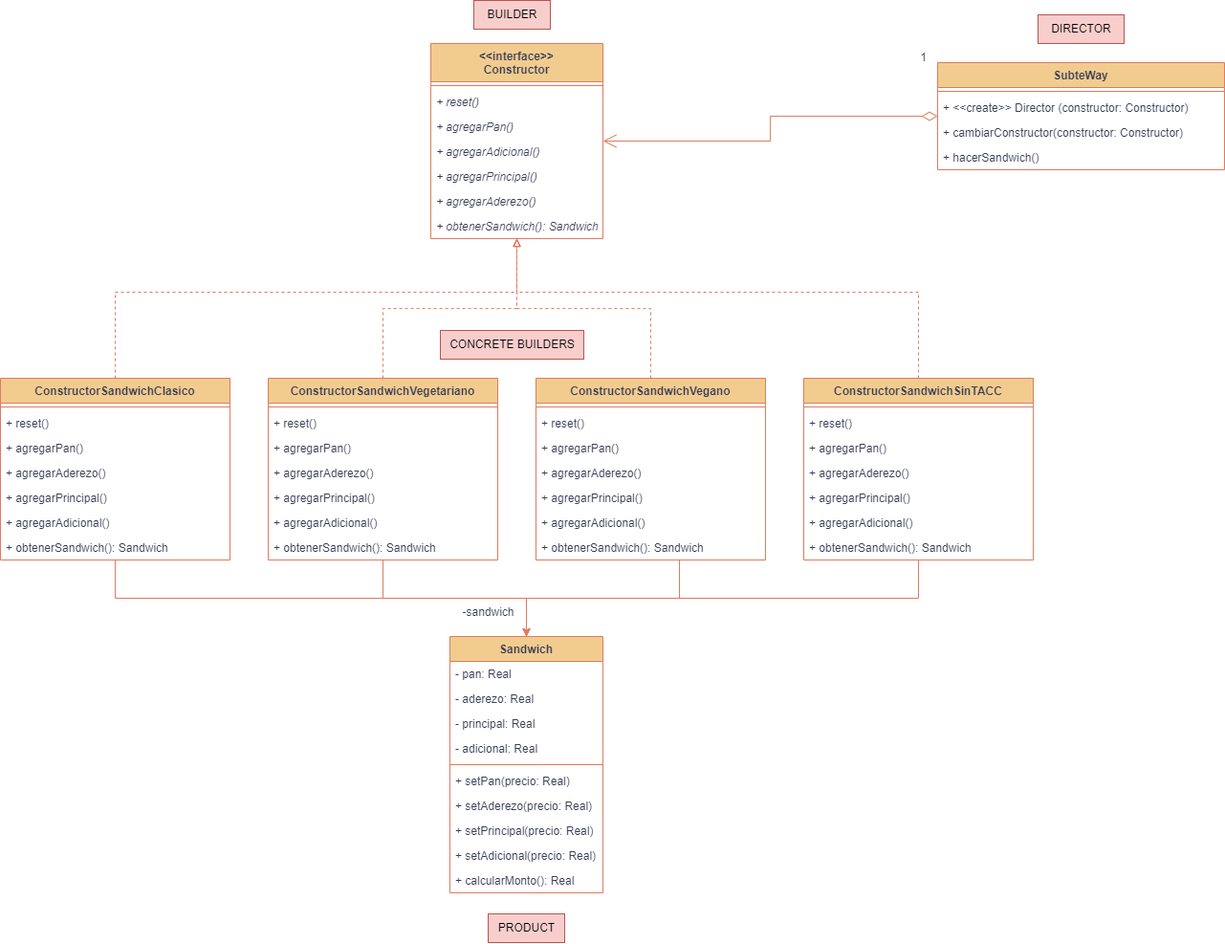
Before: PATRONES/UML/Punto18-UML.png, a diagram exported from draw.io (agusrnfr/OO2). Source tidied: cells renumbered, new cells last; positions are measured from the earlier drawing's top-left corner, leaving out a move shared by most shapes.
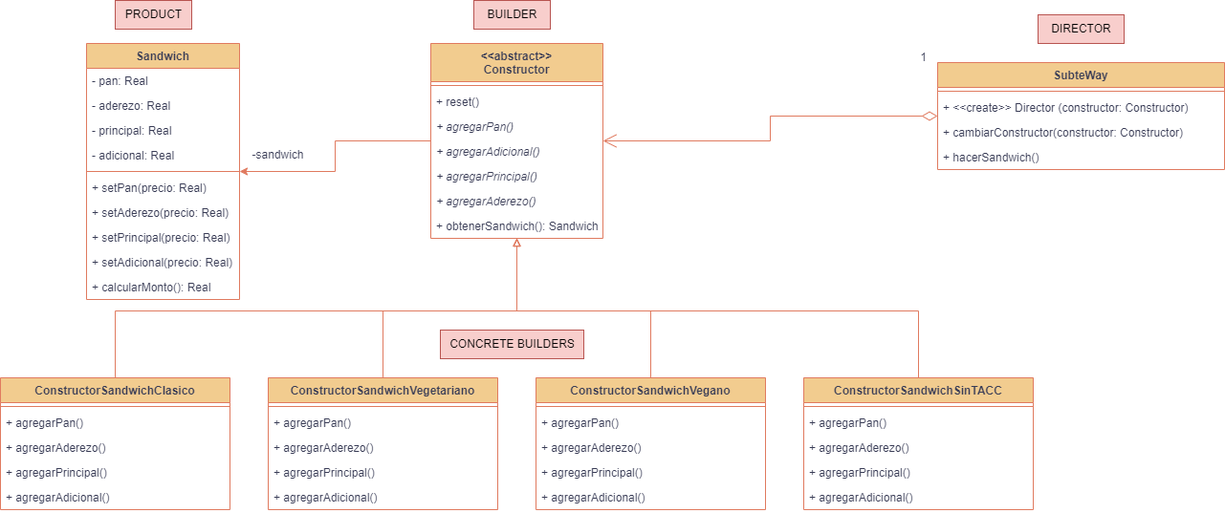
Later version of the same file.

The edit, as a diff of the source:
```diff
@@ -17,13 +17,16 @@
     <mxCell id="6" value="+ hacerSandwich()" style="text;strokeColor=none;fillColor=none;align=left;verticalAlign=top;spacingLeft=4;spacingRight=4;overflow=hidden;labelBackgroundColor=none;fontColor=#393C56;" parent="2" vertex="1">
       <mxGeometry y="86" width="300" height="26" as="geometry" />
     </mxCell>
+    <mxCell id="73" style="edgeStyle=orthogonalEdgeStyle;rounded=0;jettySize=auto;html=1;endArrow=classic;endFill=1;labelBackgroundColor=none;strokeColor=#E07A5F;fontColor=default;" parent="1" edge="1" source="7" target="27">
+      <mxGeometry relative="1" as="geometry" />
+    </mxCell>
-    <mxCell id="7" value="&lt;&lt;interface&gt;&gt;&#10;Constructor" style="swimlane;fontStyle=1;align=center;verticalAlign=top;horizontal=1;startSize=40;labelBackgroundColor=none;fillColor=#F2CC8F;strokeColor=#E07A5F;fontColor=#393C56;" parent="1" vertex="1">
+    <mxCell id="7" value="&lt;&lt;abstract&gt;&gt;&#10;Constructor" style="swimlane;fontStyle=1;align=center;verticalAlign=top;horizontal=1;startSize=40;labelBackgroundColor=none;fillColor=#F2CC8F;strokeColor=#E07A5F;fontColor=#393C56;" parent="1" vertex="1">
       <mxGeometry x="450" y="45" width="180" height="204" as="geometry" />
     </mxCell>
     <mxCell id="8" style="line;strokeWidth=1;fillColor=none;align=left;verticalAlign=middle;spacingTop=-1;spacingLeft=3;spacingRight=3;labelPosition=right;strokeColor=#E07A5F;labelBackgroundColor=none;fontColor=#393C56;" parent="7" vertex="1">
       <mxGeometry y="40" width="180" height="8" as="geometry" />
     </mxCell>
-    <mxCell id="9" value="+ reset()" style="text;strokeColor=none;fillColor=none;align=left;verticalAlign=top;spacingLeft=4;spacingRight=4;overflow=hidden;labelBackgroundColor=none;fontColor=#393C56;fontStyle=2;" parent="7" vertex="1">
+    <mxCell id="9" value="+ reset()" style="text;strokeColor=none;fillColor=none;align=left;verticalAlign=top;spacingLeft=4;spacingRight=4;overflow=hidden;labelBackgroundColor=none;fontColor=#393C56;fontStyle=0;" parent="7" vertex="1">
       <mxGeometry y="48" width="180" height="26" as="geometry" />
     </mxCell>
     <mxCell id="10" value="+ agregarPan()" style="text;strokeColor=none;fillColor=none;align=left;verticalAlign=top;spacingLeft=4;spacingRight=4;overflow=hidden;labelBackgroundColor=none;fontColor=#393C56;fontStyle=2;" parent="7" vertex="1">
@@ -38,49 +41,35 @@
     <mxCell id="13" value="+ agregarAderezo()" style="text;strokeColor=none;fillColor=none;align=left;verticalAlign=top;spacingLeft=4;spacingRight=4;overflow=hidden;labelBackgroundColor=none;fontColor=#393C56;fontStyle=2;" parent="7" vertex="1">
       <mxGeometry y="152" width="180" height="26" as="geometry" />
     </mxCell>
-    <mxCell id="14" value="+ obtenerSandwich(): Sandwich" style="text;strokeColor=none;fillColor=none;align=left;verticalAlign=top;spacingLeft=4;spacingRight=4;overflow=hidden;labelBackgroundColor=none;fontColor=#393C56;fontStyle=2;" parent="7" vertex="1">
+    <mxCell id="14" value="+ obtenerSandwich(): Sandwich" style="text;strokeColor=none;fillColor=none;align=left;verticalAlign=top;spacingLeft=4;spacingRight=4;overflow=hidden;labelBackgroundColor=none;fontColor=#393C56;fontStyle=0;" parent="7" vertex="1">
       <mxGeometry y="178" width="180" height="26" as="geometry" />
     </mxCell>
-    <mxCell id="15" style="edgeStyle=orthogonalEdgeStyle;rounded=0;jettySize=auto;html=1;endArrow=block;endFill=0;dashed=1;labelBackgroundColor=none;strokeColor=#E07A5F;fontColor=default;" parent="1" edge="1" source="17" target="7">
+    <mxCell id="15" style="edgeStyle=orthogonalEdgeStyle;rounded=0;jettySize=auto;html=1;endArrow=block;endFill=0;labelBackgroundColor=none;strokeColor=#E07A5F;fontColor=default;" parent="1" edge="1" source="17" target="7">
       <mxGeometry relative="1" as="geometry">
         <Array as="points">
-          <mxPoint x="120" y="305" />
-          <mxPoint x="540" y="305" />
+          <mxPoint x="120" y="325" />
+          <mxPoint x="540" y="325" />
         </Array>
       </mxGeometry>
     </mxCell>
-    <mxCell id="16" style="edgeStyle=orthogonalEdgeStyle;rounded=0;jettySize=auto;html=1;entryX=0.5;entryY=0;entryDx=0;entryDy=0;endArrow=classic;endFill=1;labelBackgroundColor=none;strokeColor=#E07A5F;fontColor=default;" parent="1" edge="1" source="17" target="27">
-      <mxGeometry relative="1" as="geometry">
-        <Array as="points">
-          <mxPoint x="120" y="625" />
-          <mxPoint x="550" y="625" />
-        </Array>
-      </mxGeometry>
-    </mxCell>
     <mxCell id="17" value="ConstructorSandwichClasico" style="swimlane;fontStyle=1;align=center;verticalAlign=top;horizontal=1;startSize=26;labelBackgroundColor=none;fillColor=#F2CC8F;strokeColor=#E07A5F;fontColor=#393C56;" parent="1" vertex="1">
-      <mxGeometry y="395" width="240" height="190" as="geometry" />
+      <mxGeometry y="395" width="240" height="138" as="geometry" />
     </mxCell>
     <mxCell id="18" style="line;strokeWidth=1;fillColor=none;align=left;verticalAlign=middle;spacingTop=-1;spacingLeft=3;spacingRight=3;labelPosition=right;strokeColor=#E07A5F;labelBackgroundColor=none;fontColor=#393C56;" parent="17" vertex="1">
       <mxGeometry y="26" width="240" height="8" as="geometry" />
     </mxCell>
-    <mxCell id="19" value="+ reset()" style="text;strokeColor=none;fillColor=none;align=left;verticalAlign=top;spacingLeft=4;spacingRight=4;overflow=hidden;labelBackgroundColor=none;fontColor=#393C56;" parent="17" vertex="1">
-      <mxGeometry y="34" width="240" height="26" as="geometry" />
-    </mxCell>
     <mxCell id="20" value="+ agregarPan()" style="text;strokeColor=none;fillColor=none;align=left;verticalAlign=top;spacingLeft=4;spacingRight=4;overflow=hidden;labelBackgroundColor=none;fontColor=#393C56;" parent="17" vertex="1">
-      <mxGeometry y="60" width="240" height="26" as="geometry" />
+      <mxGeometry y="34" width="240" height="26" as="geometry" />
     </mxCell>
     <mxCell id="21" value="+ agregarAderezo()" style="text;strokeColor=none;fillColor=none;align=left;verticalAlign=top;spacingLeft=4;spacingRight=4;overflow=hidden;labelBackgroundColor=none;fontColor=#393C56;" parent="17" vertex="1">
-      <mxGeometry y="86" width="240" height="26" as="geometry" />
+      <mxGeometry y="60" width="240" height="26" as="geometry" />
     </mxCell>
     <mxCell id="22" value="+ agregarPrincipal()" style="text;strokeColor=none;fillColor=none;align=left;verticalAlign=top;spacingLeft=4;spacingRight=4;overflow=hidden;labelBackgroundColor=none;fontColor=#393C56;" parent="17" vertex="1">
-      <mxGeometry y="112" width="240" height="26" as="geometry" />
+      <mxGeometry y="86" width="240" height="26" as="geometry" />
     </mxCell>
     <mxCell id="23" value="+ agregarAdicional()" style="text;strokeColor=none;fillColor=none;align=left;verticalAlign=top;spacingLeft=4;spacingRight=4;overflow=hidden;labelBackgroundColor=none;fontColor=#393C56;" parent="17" vertex="1">
-      <mxGeometry y="138" width="240" height="26" as="geometry" />
+      <mxGeometry y="112" width="240" height="26" as="geometry" />
     </mxCell>
-    <mxCell id="24" value="+ obtenerSandwich(): Sandwich" style="text;strokeColor=none;fillColor=none;align=left;verticalAlign=top;spacingLeft=4;spacingRight=4;overflow=hidden;labelBackgroundColor=none;fontColor=#393C56;fontStyle=0;" parent="17" vertex="1">
-      <mxGeometry y="164" width="240" height="26" as="geometry" />
-    </mxCell>
     <mxCell id="25" style="endArrow=open;html=1;endSize=12;startArrow=diamondThin;startSize=14;startFill=0;edgeStyle=orthogonalEdgeStyle;align=left;verticalAlign=bottom;rounded=0;labelBackgroundColor=none;strokeColor=#E07A5F;fontColor=default;" parent="1" edge="1" source="2" target="7">
       <mxGeometry x="-1" y="3" relative="1" as="geometry" />
     </mxCell>
@@ -88,7 +77,7 @@
       <mxGeometry x="950" y="45" width="30" height="30" as="geometry" />
     </mxCell>
     <mxCell id="27" value="Sandwich" style="swimlane;fontStyle=1;align=center;verticalAlign=top;horizontal=1;startSize=26;labelBackgroundColor=none;fillColor=#F2CC8F;strokeColor=#E07A5F;fontColor=#393C56;" parent="1" vertex="1">
-      <mxGeometry x="470" y="665" width="160" height="268" as="geometry" />
+      <mxGeometry x="90" y="45" width="160" height="268" as="geometry" />
     </mxCell>
     <mxCell id="28" value="- pan: Real" style="text;strokeColor=none;fillColor=none;align=left;verticalAlign=top;spacingLeft=4;spacingRight=4;overflow=hidden;labelBackgroundColor=none;fontColor=#393C56;" parent="27" vertex="1">
       <mxGeometry y="26" width="160" height="26" as="geometry" />
@@ -130,116 +119,88 @@
       <mxGeometry x="460" y="345" width="150" height="30" as="geometry" />
     </mxCell>
     <mxCell id="41" value="PRODUCT" style="text;html=1;align=center;verticalAlign=middle;strokeColor=#b85450;fillColor=#f8cecc;labelBackgroundColor=none;" parent="1" vertex="1">
-      <mxGeometry x="510" y="955" width="80" height="30" as="geometry" />
+      <mxGeometry x="120" width="80" height="30" as="geometry" />
     </mxCell>
-    <mxCell id="42" style="edgeStyle=orthogonalEdgeStyle;rounded=0;jettySize=auto;html=1;endArrow=block;endFill=0;dashed=1;labelBackgroundColor=none;strokeColor=#E07A5F;fontColor=default;" parent="1" edge="1" source="44" target="7">
-      <mxGeometry relative="1" as="geometry" />
+    <mxCell id="42" style="edgeStyle=orthogonalEdgeStyle;rounded=0;jettySize=auto;html=1;endArrow=block;endFill=0;labelBackgroundColor=none;strokeColor=#E07A5F;fontColor=default;" parent="1" edge="1" source="44" target="7">
+      <mxGeometry relative="1" as="geometry">
+        <Array as="points">
+          <mxPoint x="400" y="325" />
+          <mxPoint x="540" y="325" />
+        </Array>
+      </mxGeometry>
     </mxCell>
-    <mxCell id="43" style="edgeStyle=orthogonalEdgeStyle;rounded=0;jettySize=auto;html=1;entryX=0.5;entryY=0;entryDx=0;entryDy=0;endArrow=classic;endFill=1;labelBackgroundColor=none;strokeColor=#E07A5F;fontColor=default;" parent="1" edge="1" source="44" target="27">
-      <mxGeometry relative="1" as="geometry" />
-    </mxCell>
     <mxCell id="44" value="ConstructorSandwichVegetariano" style="swimlane;fontStyle=1;align=center;verticalAlign=top;horizontal=1;startSize=26;labelBackgroundColor=none;fillColor=#F2CC8F;strokeColor=#E07A5F;fontColor=#393C56;" parent="1" vertex="1">
-      <mxGeometry x="280" y="395" width="240" height="190" as="geometry" />
+      <mxGeometry x="280" y="395" width="240" height="138" as="geometry" />
     </mxCell>
     <mxCell id="45" style="line;strokeWidth=1;fillColor=none;align=left;verticalAlign=middle;spacingTop=-1;spacingLeft=3;spacingRight=3;labelPosition=right;strokeColor=#E07A5F;labelBackgroundColor=none;fontColor=#393C56;" parent="44" vertex="1">
       <mxGeometry y="26" width="240" height="8" as="geometry" />
     </mxCell>
-    <mxCell id="46" value="+ reset()" style="text;strokeColor=none;fillColor=none;align=left;verticalAlign=top;spacingLeft=4;spacingRight=4;overflow=hidden;labelBackgroundColor=none;fontColor=#393C56;" parent="44" vertex="1">
-      <mxGeometry y="34" width="240" height="26" as="geometry" />
-    </mxCell>
     <mxCell id="47" value="+ agregarPan()" style="text;strokeColor=none;fillColor=none;align=left;verticalAlign=top;spacingLeft=4;spacingRight=4;overflow=hidden;labelBackgroundColor=none;fontColor=#393C56;" parent="44" vertex="1">
-      <mxGeometry y="60" width="240" height="26" as="geometry" />
+      <mxGeometry y="34" width="240" height="26" as="geometry" />
     </mxCell>
     <mxCell id="48" value="+ agregarAderezo()" style="text;strokeColor=none;fillColor=none;align=left;verticalAlign=top;spacingLeft=4;spacingRight=4;overflow=hidden;labelBackgroundColor=none;fontColor=#393C56;" parent="44" vertex="1">
-      <mxGeometry y="86" width="240" height="26" as="geometry" />
+      <mxGeometry y="60" width="240" height="26" as="geometry" />
     </mxCell>
     <mxCell id="49" value="+ agregarPrincipal()" style="text;strokeColor=none;fillColor=none;align=left;verticalAlign=top;spacingLeft=4;spacingRight=4;overflow=hidden;labelBackgroundColor=none;fontColor=#393C56;" parent="44" vertex="1">
-      <mxGeometry y="112" width="240" height="26" as="geometry" />
+      <mxGeometry y="86" width="240" height="26" as="geometry" />
     </mxCell>
     <mxCell id="50" value="+ agregarAdicional()" style="text;strokeColor=none;fillColor=none;align=left;verticalAlign=top;spacingLeft=4;spacingRight=4;overflow=hidden;labelBackgroundColor=none;fontColor=#393C56;" parent="44" vertex="1">
-      <mxGeometry y="138" width="240" height="26" as="geometry" />
+      <mxGeometry y="112" width="240" height="26" as="geometry" />
     </mxCell>
-    <mxCell id="51" value="+ obtenerSandwich(): Sandwich" style="text;strokeColor=none;fillColor=none;align=left;verticalAlign=top;spacingLeft=4;spacingRight=4;overflow=hidden;labelBackgroundColor=none;fontColor=#393C56;fontStyle=0;" parent="44" vertex="1">
-      <mxGeometry y="164" width="240" height="26" as="geometry" />
-    </mxCell>
-    <mxCell id="52" style="edgeStyle=orthogonalEdgeStyle;rounded=0;jettySize=auto;html=1;endArrow=block;endFill=0;dashed=1;labelBackgroundColor=none;strokeColor=#E07A5F;fontColor=default;" parent="1" edge="1" source="54" target="7">
-      <mxGeometry relative="1" as="geometry" />
+    <mxCell id="52" style="edgeStyle=orthogonalEdgeStyle;rounded=0;jettySize=auto;html=1;endArrow=block;endFill=0;labelBackgroundColor=none;strokeColor=#E07A5F;fontColor=default;" parent="1" edge="1" source="54" target="7">
+      <mxGeometry relative="1" as="geometry">
+        <Array as="points">
+          <mxPoint x="680" y="325" />
+          <mxPoint x="540" y="325" />
+        </Array>
+      </mxGeometry>
     </mxCell>
-    <mxCell id="53" style="edgeStyle=orthogonalEdgeStyle;rounded=0;jettySize=auto;html=1;endArrow=classic;endFill=1;labelBackgroundColor=none;strokeColor=#E07A5F;fontColor=default;" parent="1" edge="1" source="54">
-      <mxGeometry relative="1" as="geometry">
-        <mxPoint x="550" y="665" as="targetPoint" />
-        <Array as="points">
-          <mxPoint x="710" y="625" />
-          <mxPoint x="550" y="625" />
-        </Array>
-      </mxGeometry>
-    </mxCell>
     <mxCell id="54" value="ConstructorSandwichVegano" style="swimlane;fontStyle=1;align=center;verticalAlign=top;horizontal=1;startSize=26;labelBackgroundColor=none;fillColor=#F2CC8F;strokeColor=#E07A5F;fontColor=#393C56;" parent="1" vertex="1">
-      <mxGeometry x="560" y="395" width="240" height="190" as="geometry" />
+      <mxGeometry x="560" y="395" width="240" height="138" as="geometry" />
     </mxCell>
     <mxCell id="55" style="line;strokeWidth=1;fillColor=none;align=left;verticalAlign=middle;spacingTop=-1;spacingLeft=3;spacingRight=3;labelPosition=right;strokeColor=#E07A5F;labelBackgroundColor=none;fontColor=#393C56;" parent="54" vertex="1">
       <mxGeometry y="26" width="240" height="8" as="geometry" />
     </mxCell>
-    <mxCell id="56" value="+ reset()" style="text;strokeColor=none;fillColor=none;align=left;verticalAlign=top;spacingLeft=4;spacingRight=4;overflow=hidden;labelBackgroundColor=none;fontColor=#393C56;" parent="54" vertex="1">
-      <mxGeometry y="34" width="240" height="26" as="geometry" />
-    </mxCell>
     <mxCell id="57" value="+ agregarPan()" style="text;strokeColor=none;fillColor=none;align=left;verticalAlign=top;spacingLeft=4;spacingRight=4;overflow=hidden;labelBackgroundColor=none;fontColor=#393C56;" parent="54" vertex="1">
-      <mxGeometry y="60" width="240" height="26" as="geometry" />
+      <mxGeometry y="34" width="240" height="26" as="geometry" />
     </mxCell>
     <mxCell id="58" value="+ agregarAderezo()" style="text;strokeColor=none;fillColor=none;align=left;verticalAlign=top;spacingLeft=4;spacingRight=4;overflow=hidden;labelBackgroundColor=none;fontColor=#393C56;" parent="54" vertex="1">
-      <mxGeometry y="86" width="240" height="26" as="geometry" />
+      <mxGeometry y="60" width="240" height="26" as="geometry" />
     </mxCell>
     <mxCell id="59" value="+ agregarPrincipal()" style="text;strokeColor=none;fillColor=none;align=left;verticalAlign=top;spacingLeft=4;spacingRight=4;overflow=hidden;labelBackgroundColor=none;fontColor=#393C56;" parent="54" vertex="1">
-      <mxGeometry y="112" width="240" height="26" as="geometry" />
+      <mxGeometry y="86" width="240" height="26" as="geometry" />
     </mxCell>
     <mxCell id="60" value="+ agregarAdicional()" style="text;strokeColor=none;fillColor=none;align=left;verticalAlign=top;spacingLeft=4;spacingRight=4;overflow=hidden;labelBackgroundColor=none;fontColor=#393C56;" parent="54" vertex="1">
-      <mxGeometry y="138" width="240" height="26" as="geometry" />
+      <mxGeometry y="112" width="240" height="26" as="geometry" />
     </mxCell>
-    <mxCell id="61" value="+ obtenerSandwich(): Sandwich" style="text;strokeColor=none;fillColor=none;align=left;verticalAlign=top;spacingLeft=4;spacingRight=4;overflow=hidden;labelBackgroundColor=none;fontColor=#393C56;fontStyle=0;" parent="54" vertex="1">
-      <mxGeometry y="164" width="240" height="26" as="geometry" />
-    </mxCell>
-    <mxCell id="62" style="edgeStyle=orthogonalEdgeStyle;rounded=0;jettySize=auto;html=1;endArrow=block;endFill=0;dashed=1;labelBackgroundColor=none;strokeColor=#E07A5F;fontColor=default;" parent="1" edge="1" source="64" target="7">
+    <mxCell id="62" style="edgeStyle=orthogonalEdgeStyle;rounded=0;jettySize=auto;html=1;endArrow=block;endFill=0;labelBackgroundColor=none;strokeColor=#E07A5F;fontColor=default;" parent="1" edge="1" source="64" target="7">
       <mxGeometry relative="1" as="geometry">
         <Array as="points">
-          <mxPoint x="960" y="305" />
-          <mxPoint x="540" y="305" />
+          <mxPoint x="960" y="325" />
+          <mxPoint x="540" y="325" />
         </Array>
       </mxGeometry>
     </mxCell>
-    <mxCell id="63" style="edgeStyle=orthogonalEdgeStyle;rounded=0;jettySize=auto;html=1;entryX=0.5;entryY=0;entryDx=0;entryDy=0;endArrow=classic;endFill=1;labelBackgroundColor=none;strokeColor=#E07A5F;fontColor=default;" parent="1" edge="1" source="64" target="27">
-      <mxGeometry relative="1" as="geometry">
-        <Array as="points">
-          <mxPoint x="960" y="625" />
-          <mxPoint x="550" y="625" />
-        </Array>
-      </mxGeometry>
-    </mxCell>
     <mxCell id="64" value="ConstructorSandwichSinTACC" style="swimlane;fontStyle=1;align=center;verticalAlign=top;horizontal=1;startSize=26;labelBackgroundColor=none;fillColor=#F2CC8F;strokeColor=#E07A5F;fontColor=#393C56;" parent="1" vertex="1">
-      <mxGeometry x="840" y="395" width="240" height="190" as="geometry" />
+      <mxGeometry x="840" y="395" width="240" height="138" as="geometry" />
     </mxCell>
     <mxCell id="65" style="line;strokeWidth=1;fillColor=none;align=left;verticalAlign=middle;spacingTop=-1;spacingLeft=3;spacingRight=3;labelPosition=right;strokeColor=#E07A5F;labelBackgroundColor=none;fontColor=#393C56;" parent="64" vertex="1">
       <mxGeometry y="26" width="240" height="8" as="geometry" />
     </mxCell>
-    <mxCell id="66" value="+ reset()" style="text;strokeColor=none;fillColor=none;align=left;verticalAlign=top;spacingLeft=4;spacingRight=4;overflow=hidden;labelBackgroundColor=none;fontColor=#393C56;" parent="64" vertex="1">
-      <mxGeometry y="34" width="240" height="26" as="geometry" />
-    </mxCell>
     <mxCell id="67" value="+ agregarPan()" style="text;strokeColor=none;fillColor=none;align=left;verticalAlign=top;spacingLeft=4;spacingRight=4;overflow=hidden;labelBackgroundColor=none;fontColor=#393C56;" parent="64" vertex="1">
-      <mxGeometry y="60" width="240" height="26" as="geometry" />
+      <mxGeometry y="34" width="240" height="26" as="geometry" />
     </mxCell>
     <mxCell id="68" value="+ agregarAderezo()" style="text;strokeColor=none;fillColor=none;align=left;verticalAlign=top;spacingLeft=4;spacingRight=4;overflow=hidden;labelBackgroundColor=none;fontColor=#393C56;" parent="64" vertex="1">
-      <mxGeometry y="86" width="240" height="26" as="geometry" />
+      <mxGeometry y="60" width="240" height="26" as="geometry" />
     </mxCell>
     <mxCell id="69" value="+ agregarPrincipal()" style="text;strokeColor=none;fillColor=none;align=left;verticalAlign=top;spacingLeft=4;spacingRight=4;overflow=hidden;labelBackgroundColor=none;fontColor=#393C56;" parent="64" vertex="1">
-      <mxGeometry y="112" width="240" height="26" as="geometry" />
+      <mxGeometry y="86" width="240" height="26" as="geometry" />
     </mxCell>
     <mxCell id="70" value="+ agregarAdicional()" style="text;strokeColor=none;fillColor=none;align=left;verticalAlign=top;spacingLeft=4;spacingRight=4;overflow=hidden;labelBackgroundColor=none;fontColor=#393C56;" parent="64" vertex="1">
-      <mxGeometry y="138" width="240" height="26" as="geometry" />
+      <mxGeometry y="112" width="240" height="26" as="geometry" />
     </mxCell>
-    <mxCell id="71" value="+ obtenerSandwich(): Sandwich" style="text;strokeColor=none;fillColor=none;align=left;verticalAlign=top;spacingLeft=4;spacingRight=4;overflow=hidden;labelBackgroundColor=none;fontColor=#393C56;fontStyle=0;" parent="64" vertex="1">
-      <mxGeometry y="164" width="240" height="26" as="geometry" />
-    </mxCell>
     <mxCell id="72" value="-sandwich" style="text;html=1;align=center;verticalAlign=middle;strokeColor=none;fillColor=none;labelBackgroundColor=none;fontColor=#393C56;" parent="1" vertex="1">
-      <mxGeometry x="470" y="625" width="80" height="30" as="geometry" />
+      <mxGeometry x="250" y="147" width="80" height="30" as="geometry" />
     </mxCell>
   </root>
 </mxGraphModel>
```
